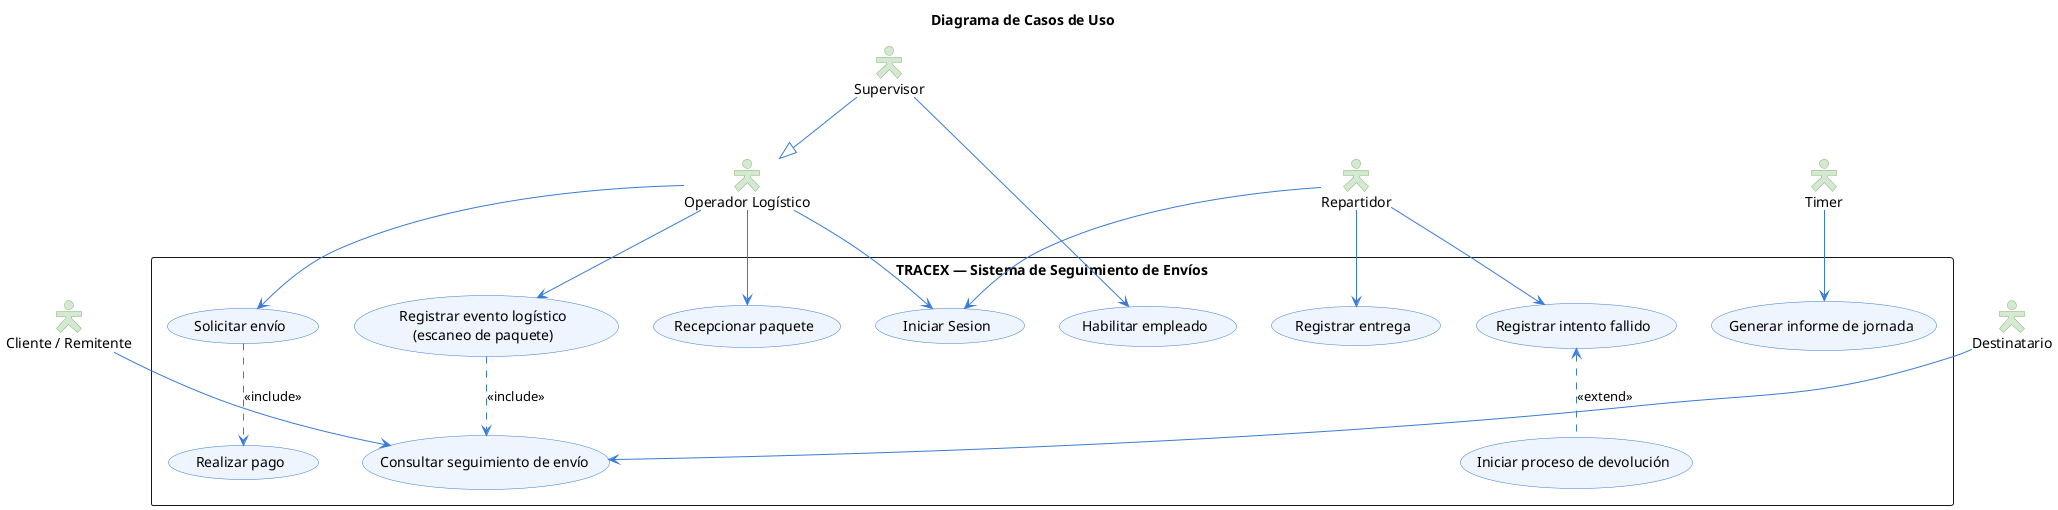
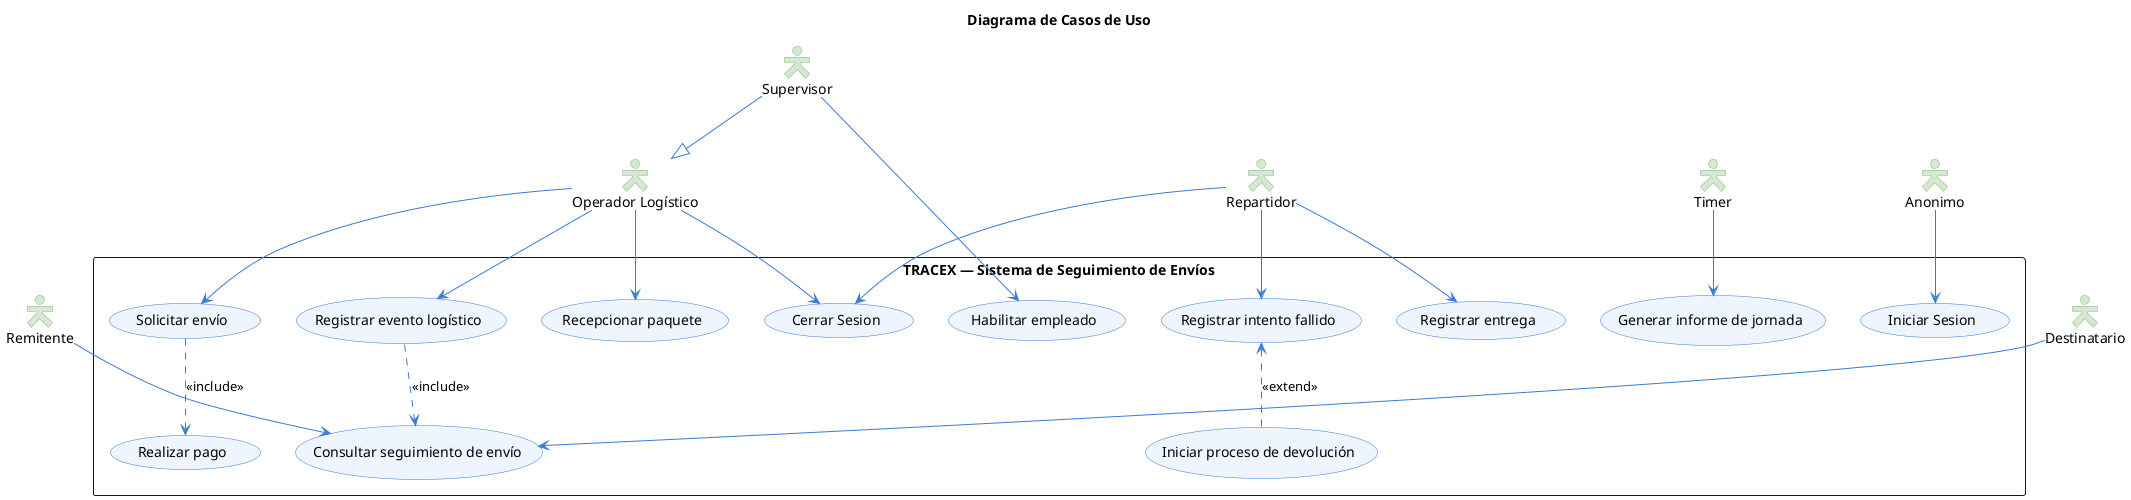
@startuml TRACEX_CasosDeUso

skinparam actorStyle hollow
skinparam packageStyle rectangle

skinparam usecase {
  BackgroundColor #EEF5FF
  BorderColor #3A7BD5
  ArrowColor #3A7BD5
}
skinparam actor {
  BackgroundColor #D5E8D4
  BorderColor #82B366
}

title Diagrama de Casos de Uso

' ─── ACTORES ───────────────────────────────────────────
- actor "Cliente / Remitente" as Cliente
+ actor "Remitente" as Cliente
actor "Destinatario"        as Destinatario
actor "Operador Logístico"  as Operador
actor "Repartidor"          as Repartidor
actor "Supervisor"          as Supervisor
actor "Timer"       as Timer
+ actor "Anonimo" as Anonimo

' ─── SISTEMA ────────────────────────────────────────────
rectangle "TRACEX — Sistema de Seguimiento de Envíos" {

  ' --- Gestión de envíos (Cliente) ---
  usecase "Solicitar envío"                  as UC1
  usecase "Realizar pago"                    as UC1b
  usecase "Consultar seguimiento de envío"   as UC2

  ' --- Ciclo logístico (Operador) ---
-   usecase "Registrar evento logístico\n(escaneo de paquete)" as UC3
+   usecase "Registrar evento logístico" as UC3
  usecase "Recepcionar paquete" as UC3a

  ' --- Entrega (Repartidor) ---
  usecase "Registrar entrega"        as UC4
  usecase "Registrar intento fallido"        as UC5
  usecase "Iniciar proceso de devolución"    as UC7

  ' --- Administración ---
  usecase "Generar informe de jornada"       as UC8
  usecase "Habilitar empleado" as UC9

-   usecase "Iniciar Sesion" as UC10
+   usecase "Cerrar Sesion" as UC10
+   usecase "Iniciar Sesion" as UC11
}

' ─── RELACIONES ACTOR ↔ CASO DE USO ─────────────────────
Supervisor   --|> Operador
Supervisor   --> UC9

Cliente      --> UC2

Destinatario --> UC2

Operador     --> UC3
Operador     --> UC3a
Operador     --> UC1
Operador     --> UC10

Repartidor   --> UC4
Repartidor   --> UC5
Repartidor   --> UC10

Timer        --> UC8

+ Anonimo      --> UC11

' ─── RELACIONES ENTRE CASOS DE USO ──────────────────────
UC1 ..> UC1b : <<include>>

UC3 ..> UC2 : <<include>>

UC5 <.. UC7  : <<extend>>

@enduml